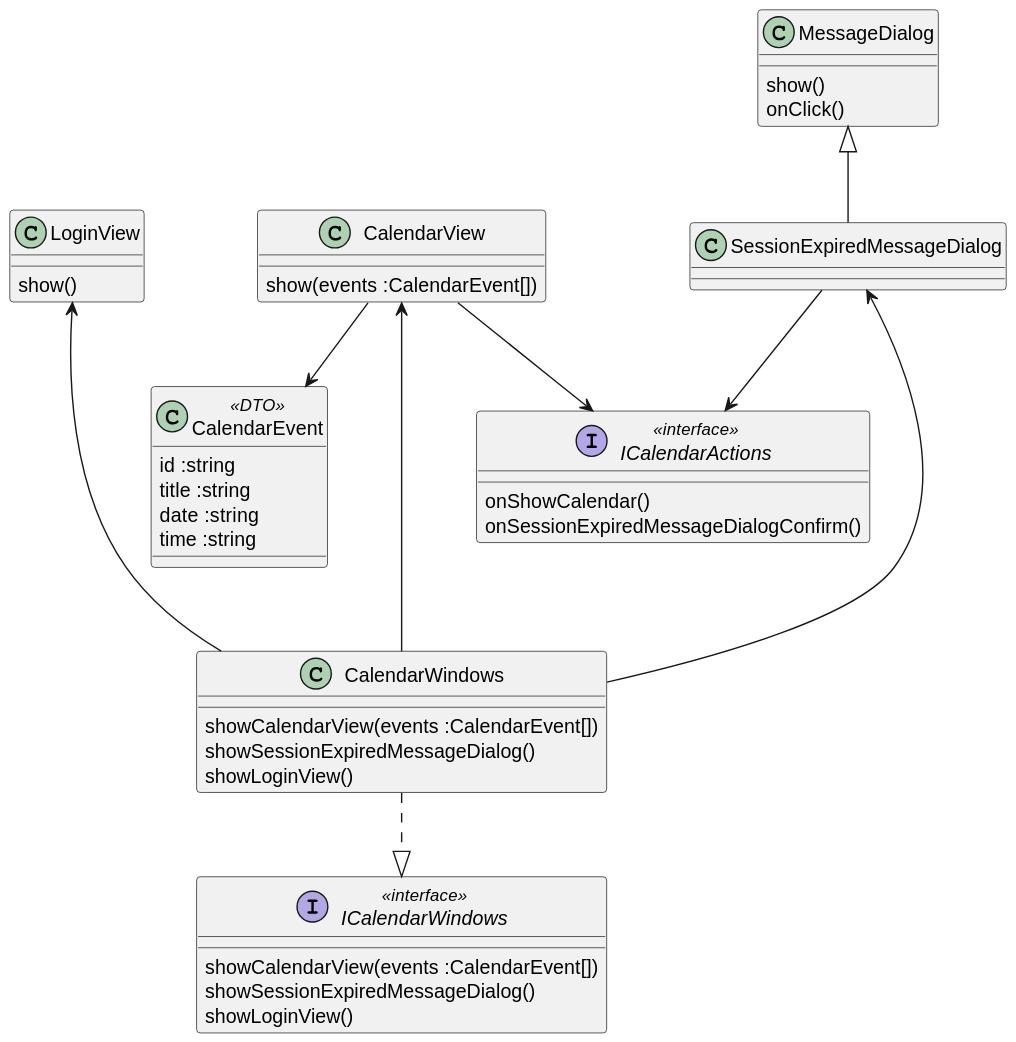
The PlantUML diagram diagrams/frontend/rendered/calendar-view.svg in Igor-Ochocki/POP-2026Z, before a commit. Its diagram source:
```plantuml
@startuml
class CalendarView {
show(events :CalendarEvent[])
}

class MessageDialog {
show()
onClick()
}

class SessionExpiredMessageDialog
SessionExpiredMessageDialog -u-|> MessageDialog

class LoginView {
show()
}

interface ICalendarActions <<interface>> {
onShowCalendar()
onSessionExpiredMessageDialogConfirm()
}

ICalendarActions <-u- CalendarView
ICalendarActions <-u- SessionExpiredMessageDialog

CalendarView --> CalendarEvent

class CalendarEvent <<DTO>> {
id :string
title :string
date :string
time :string
}

interface ICalendarWindows <<interface>> {
showCalendarView(events :CalendarEvent[])
showSessionExpiredMessageDialog()
showLoginView()
}

class CalendarWindows {
showCalendarView(events :CalendarEvent[])
showSessionExpiredMessageDialog()
showLoginView()
}

CalendarWindows .d.|> ICalendarWindows
CalendarWindows --u-> CalendarView
CalendarWindows --u-> SessionExpiredMessageDialog
CalendarWindows --u-> LoginView
@enduml
```
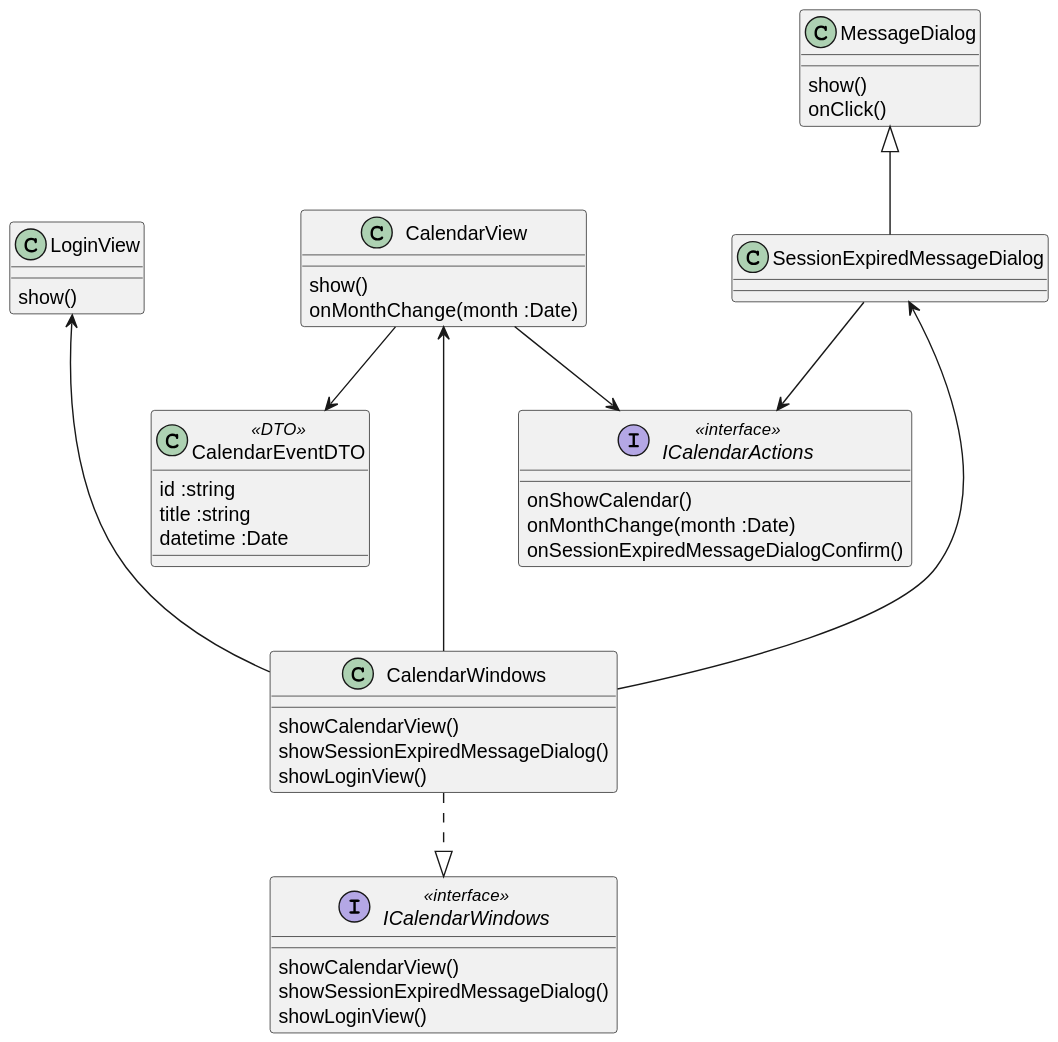
The same diagram one commit later.

Commit message:
PU1/fe: poprawa diagramów

What changed in the source:
```diff
@@ -1,6 +1,7 @@
 @startuml
 class CalendarView {
-show(events :CalendarEvent[])
+show()
+onMonthChange(month :Date)
 }
 
 class MessageDialog {
@@ -17,29 +18,29 @@
 
 interface ICalendarActions <<interface>> {
 onShowCalendar()
+onMonthChange(month :Date)
 onSessionExpiredMessageDialogConfirm()
 }
 
 ICalendarActions <-u- CalendarView
 ICalendarActions <-u- SessionExpiredMessageDialog
 
-CalendarView --> CalendarEvent
+CalendarView --> CalendarEventDTO
 
-class CalendarEvent <<DTO>> {
+class CalendarEventDTO <<DTO>> {
 id :string
 title :string
-date :string
-time :string
+datetime :Date
 }
 
 interface ICalendarWindows <<interface>> {
-showCalendarView(events :CalendarEvent[])
+showCalendarView()
 showSessionExpiredMessageDialog()
 showLoginView()
 }
 
 class CalendarWindows {
-showCalendarView(events :CalendarEvent[])
+showCalendarView()
 showSessionExpiredMessageDialog()
 showLoginView()
 }
```
